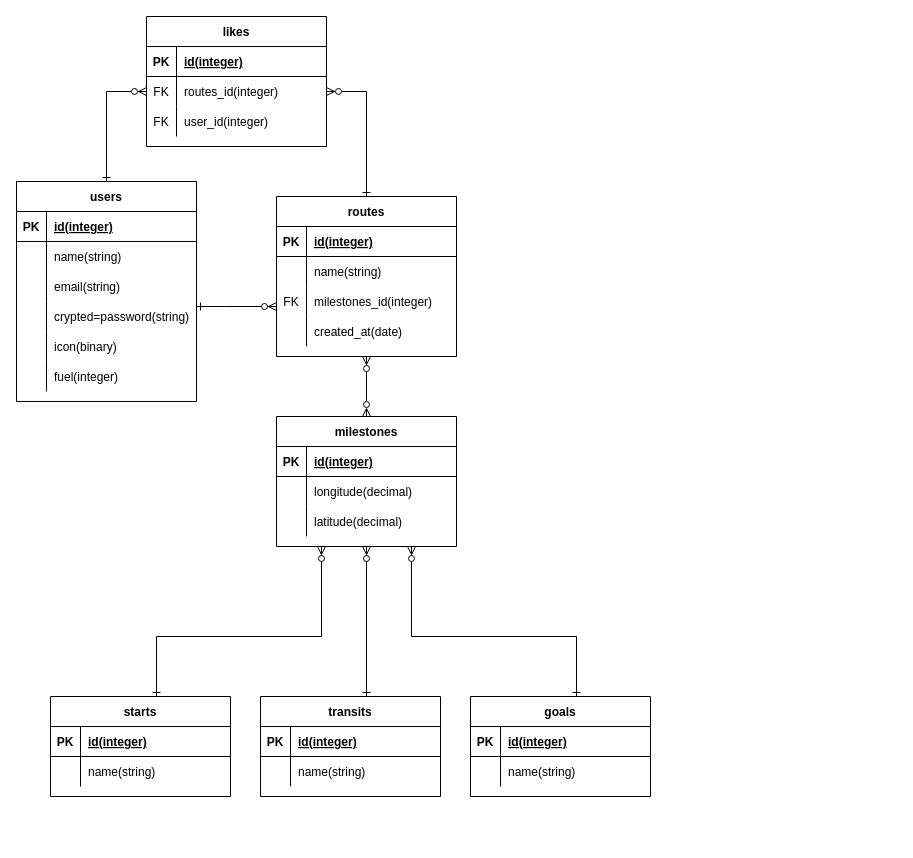
Before: shuffle_drive.drawio in yamasakikouhei28/shuffle_drive, a draw.io diagram. Source tidied: cells renumbered, new cells numbered last; positions are measured from the earlier drawing's top-left corner, leaving out a move shared by most shapes. Both pictures are drawn from the tidied source at 100%, with x=0, y=0 at pixel (16, 16).
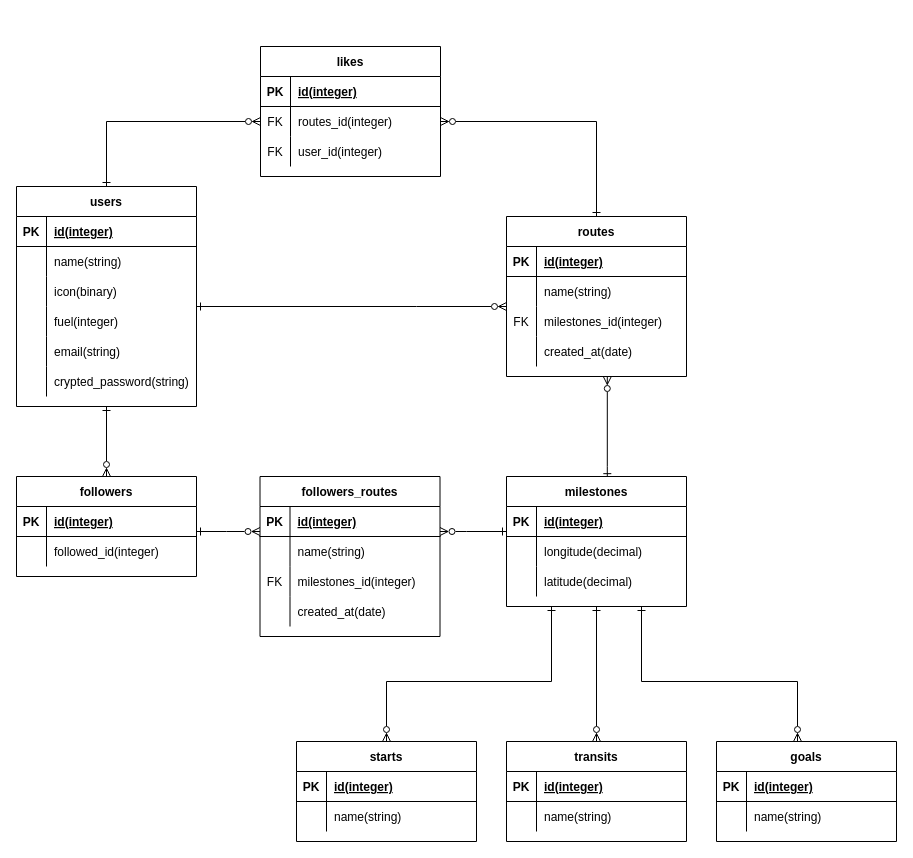
Above is the later version.

Commit message:
shuffle_drive.drawio を更新します

What changed in the source:
```diff
@@
     <mxCell id="2" style="edgeStyle=orthogonalEdgeStyle;rounded=0;jettySize=auto;html=1;endArrow=ERzeroToMany;endFill=0;startArrow=ERone;startFill=0;" parent="1" edge="1" source="4" target="28">
       <mxGeometry relative="1" as="geometry">
         <Array as="points">
-          <mxPoint x="210" y="290" />
-          <mxPoint x="210" y="290" />
+          <mxPoint x="400" y="290" />
+          <mxPoint x="400" y="290" />
         </Array>
       </mxGeometry>
     </mxCell>
@@
+    <mxCell id="82" style="edgeStyle=orthogonalEdgeStyle;rounded=0;jettySize=auto;html=1;endArrow=ERzeroToMany;endFill=0;startArrow=ERone;startFill=0;" parent="1" edge="1" source="4" target="85">
+      <mxGeometry relative="1" as="geometry" />
+    </mxCell>
     <mxCell id="4" value="users" style="shape=table;startSize=30;childLayout=tableLayout;rowLines=0;fontStyle=1;align=center;" parent="1" vertex="1">
-      <mxGeometry y="165" width="180" height="220" as="geometry" />
+      <mxGeometry y="170" width="180" height="220" as="geometry" />
     </mxCell>
@@
+    <mxCell id="17" style="shape=tableRow;horizontal=0;startSize=0;swimlaneHead=0;swimlaneBody=0;fillColor=none;top=0;left=0;right=0;bottom=0;" parent="4" vertex="1">
+      <mxGeometry y="90" width="180" height="30" as="geometry" />
+    </mxCell>
+    <mxCell id="18" style="shape=partialRectangle;fillColor=none;top=0;left=0;bottom=0;right=0;overflow=hidden;" parent="17" vertex="1">
+      <mxGeometry width="30" height="30" as="geometry" />
+    </mxCell>
+    <mxCell id="19" value="icon(binary)" style="shape=partialRectangle;fillColor=none;top=0;left=0;bottom=0;right=0;align=left;spacingLeft=6;overflow=hidden;" parent="17" vertex="1">
+      <mxGeometry x="30" width="150" height="30" as="geometry" />
+    </mxCell>
+    <mxCell id="20" style="shape=tableRow;horizontal=0;startSize=0;swimlaneHead=0;swimlaneBody=0;fillColor=none;top=0;left=0;right=0;bottom=0;" parent="4" vertex="1">
+      <mxGeometry y="120" width="180" height="30" as="geometry" />
+    </mxCell>
+    <mxCell id="21" style="shape=partialRectangle;fillColor=none;top=0;left=0;bottom=0;right=0;overflow=hidden;" parent="20" vertex="1">
+      <mxGeometry width="30" height="30" as="geometry" />
+    </mxCell>
+    <mxCell id="22" value="fuel(integer)" style="shape=partialRectangle;fillColor=none;top=0;left=0;bottom=0;right=0;align=left;spacingLeft=6;overflow=hidden;" parent="20" vertex="1">
+      <mxGeometry x="30" width="150" height="30" as="geometry" />
+    </mxCell>
     <mxCell id="11" style="shape=tableRow;horizontal=0;startSize=0;swimlaneHead=0;swimlaneBody=0;fillColor=none;top=0;left=0;right=0;bottom=0;" parent="4" vertex="1">
-      <mxGeometry y="90" width="180" height="30" as="geometry" />
+      <mxGeometry y="150" width="180" height="30" as="geometry" />
     </mxCell>
@@
     <mxCell id="14" style="shape=tableRow;horizontal=0;startSize=0;swimlaneHead=0;swimlaneBody=0;fillColor=none;top=0;left=0;right=0;bottom=0;" parent="4" vertex="1">
-      <mxGeometry y="120" width="180" height="30" as="geometry" />
+      <mxGeometry y="180" width="180" height="30" as="geometry" />
     </mxCell>
@@
-    <mxCell id="16" value="crypted=password(string)" style="shape=partialRectangle;fillColor=none;top=0;left=0;bottom=0;right=0;align=left;spacingLeft=6;overflow=hidden;" parent="14" vertex="1">
+    <mxCell id="16" value="crypted_password(string)" style="shape=partialRectangle;fillColor=none;top=0;left=0;bottom=0;right=0;align=left;spacingLeft=6;overflow=hidden;" parent="14" vertex="1">
       <mxGeometry x="30" width="150" height="30" as="geometry" />
     </mxCell>
-    <mxCell id="17" style="shape=tableRow;horizontal=0;startSize=0;swimlaneHead=0;swimlaneBody=0;fillColor=none;top=0;left=0;right=0;bottom=0;" parent="4" vertex="1">
-      <mxGeometry y="150" width="180" height="30" as="geometry" />
-    </mxCell>
-    <mxCell id="18" style="shape=partialRectangle;fillColor=none;top=0;left=0;bottom=0;right=0;overflow=hidden;" parent="17" vertex="1">
-      <mxGeometry width="30" height="30" as="geometry" />
-    </mxCell>
-    <mxCell id="19" value="icon(binary)" style="shape=partialRectangle;fillColor=none;top=0;left=0;bottom=0;right=0;align=left;spacingLeft=6;overflow=hidden;" parent="17" vertex="1">
-      <mxGeometry x="30" width="150" height="30" as="geometry" />
-    </mxCell>
-    <mxCell id="20" style="shape=tableRow;horizontal=0;startSize=0;swimlaneHead=0;swimlaneBody=0;fillColor=none;top=0;left=0;right=0;bottom=0;" parent="4" vertex="1">
-      <mxGeometry y="180" width="180" height="30" as="geometry" />
-    </mxCell>
-    <mxCell id="21" style="shape=partialRectangle;fillColor=none;top=0;left=0;bottom=0;right=0;overflow=hidden;" parent="20" vertex="1">
-      <mxGeometry width="30" height="30" as="geometry" />
-    </mxCell>
-    <mxCell id="22" value="fuel(integer)" style="shape=partialRectangle;fillColor=none;top=0;left=0;bottom=0;right=0;align=left;spacingLeft=6;overflow=hidden;" parent="20" vertex="1">
-      <mxGeometry x="30" width="150" height="30" as="geometry" />
-    </mxCell>
-    <mxCell id="23" style="edgeStyle=orthogonalEdgeStyle;rounded=0;jettySize=auto;html=1;endArrow=ERone;endFill=0;exitX=0.25;exitY=1;exitDx=0;exitDy=0;startArrow=ERzeroToMany;startFill=0;" parent="1" edge="1" source="72" target="41">
+    <mxCell id="23" style="edgeStyle=orthogonalEdgeStyle;rounded=0;jettySize=auto;html=1;endArrow=ERone;endFill=0;startArrow=ERzeroToMany;startFill=0;entryX=0.25;entryY=1;entryDx=0;entryDy=0;" parent="1" edge="1" source="41" target="72">
       <mxGeometry relative="1" as="geometry">
         <Array as="points">
-          <mxPoint x="305" y="620" />
-          <mxPoint x="140" y="620" />
+          <mxPoint x="370" y="665" />
+          <mxPoint x="535" y="665" />
         </Array>
       </mxGeometry>
     </mxCell>
-    <mxCell id="24" style="edgeStyle=orthogonalEdgeStyle;rounded=0;jettySize=auto;html=1;endArrow=ERone;endFill=0;startArrow=ERzeroToMany;startFill=0;exitX=0.5;exitY=1;exitDx=0;exitDy=0;" parent="1" edge="1" source="72" target="48">
-      <mxGeometry relative="1" as="geometry">
-        <Array as="points">
-          <mxPoint x="350" y="550" />
-          <mxPoint x="350" y="550" />
-        </Array>
-      </mxGeometry>
-    </mxCell>
-    <mxCell id="25" style="edgeStyle=orthogonalEdgeStyle;rounded=0;jettySize=auto;html=1;endArrow=ERone;endFill=0;startArrow=ERzeroToMany;startFill=0;exitX=0.75;exitY=1;exitDx=0;exitDy=0;" parent="1" edge="1" source="72" target="55">
-      <mxGeometry relative="1" as="geometry">
-        <Array as="points">
-          <mxPoint x="395" y="620" />
-          <mxPoint x="560" y="620" />
-        </Array>
-      </mxGeometry>
-    </mxCell>
@@
-    <mxCell id="27" style="edgeStyle=orthogonalEdgeStyle;rounded=0;jettySize=auto;html=1;endArrow=ERzeroToMany;endFill=0;startArrow=ERzeroToMany;startFill=0;" parent="1" edge="1" source="28" target="72">
-      <mxGeometry relative="1" as="geometry" />
+    <mxCell id="27" style="edgeStyle=orthogonalEdgeStyle;rounded=0;jettySize=auto;html=1;endArrow=ERone;endFill=0;startArrow=ERzeroToMany;startFill=0;entryX=0.56;entryY=0.009;entryDx=0;entryDy=0;entryPerimeter=0;" parent="1" edge="1" source="28" target="72">
+      <mxGeometry relative="1" as="geometry">
+        <Array as="points">
+          <mxPoint x="590" y="450" />
+        </Array>
+      </mxGeometry>
     </mxCell>
+    <mxCell id="83" style="edgeStyle=orthogonalEdgeStyle;rounded=0;jettySize=auto;html=1;startArrow=ERone;startFill=0;endArrow=ERzeroToMany;endFill=0;" parent="1" edge="1" source="85" target="93">
+      <mxGeometry relative="1" as="geometry">
+        <Array as="points">
+          <mxPoint x="210" y="515" />
+          <mxPoint x="210" y="515" />
+        </Array>
+      </mxGeometry>
+    </mxCell>
     <mxCell id="28" value="routes" style="shape=table;startSize=30;childLayout=tableLayout;rowLines=0;fontStyle=1;align=center;" parent="1" vertex="1">
-      <mxGeometry x="260" y="180" width="180" height="160" as="geometry" />
+      <mxGeometry x="490" y="200" width="180" height="160" as="geometry" />
     </mxCell>
@@
     <mxCell id="41" value="starts" style="shape=table;startSize=30;childLayout=tableLayout;rowLines=0;fontStyle=1;align=center;" parent="1" vertex="1">
-      <mxGeometry x="34" y="680" width="180" height="100" as="geometry" />
+      <mxGeometry x="280" y="725" width="180" height="100" as="geometry" />
     </mxCell>
@@
+    <mxCell id="84" style="edgeStyle=orthogonalEdgeStyle;rounded=0;jettySize=auto;html=1;startArrow=ERzeroToMany;startFill=0;endArrow=ERone;endFill=0;entryX=0.5;entryY=1;entryDx=0;entryDy=0;" parent="1" edge="1" source="48" target="72">
+      <mxGeometry relative="1" as="geometry" />
+    </mxCell>
     <mxCell id="48" value="transits" style="shape=table;startSize=30;childLayout=tableLayout;rowLines=0;fontStyle=1;align=center;" parent="1" vertex="1">
-      <mxGeometry x="244" y="680" width="180" height="100" as="geometry" />
+      <mxGeometry x="490" y="725" width="180" height="100" as="geometry" />
     </mxCell>
@@
     <mxCell id="55" value="goals" style="shape=table;startSize=30;childLayout=tableLayout;rowLines=0;fontStyle=1;align=center;" parent="1" vertex="1">
-      <mxGeometry x="454" y="680" width="180" height="100" as="geometry" />
+      <mxGeometry x="700" y="725" width="180" height="100" as="geometry" />
     </mxCell>
@@
     <mxCell id="62" value="likes" style="shape=table;startSize=30;childLayout=tableLayout;rowLines=0;fontStyle=1;align=center;" parent="1" vertex="1">
-      <mxGeometry x="130" width="180" height="130" as="geometry" />
+      <mxGeometry x="244" y="30" width="180" height="130" as="geometry" />
     </mxCell>
@@
     <mxCell id="72" value="milestones" style="shape=table;startSize=30;childLayout=tableLayout;rowLines=0;fontStyle=1;align=center;" parent="1" vertex="1">
-      <mxGeometry x="260" y="400" width="180" height="130" as="geometry" />
+      <mxGeometry x="490" y="460" width="180" height="130" as="geometry" />
     </mxCell>
@@
+    <mxCell id="85" value="followers" style="shape=table;startSize=30;childLayout=tableLayout;rowLines=0;fontStyle=1;align=center;" parent="1" vertex="1">
+      <mxGeometry y="460" width="180" height="100" as="geometry" />
+    </mxCell>
+    <mxCell id="86" style="shape=tableRow;horizontal=0;startSize=0;swimlaneHead=0;swimlaneBody=0;fillColor=none;top=0;left=0;right=0;bottom=1;" parent="85" vertex="1">
+      <mxGeometry y="30" width="180" height="30" as="geometry" />
+    </mxCell>
+    <mxCell id="87" value="PK" style="shape=partialRectangle;fillColor=none;top=0;left=0;bottom=0;right=0;fontStyle=1;overflow=hidden;" parent="86" vertex="1">
+      <mxGeometry width="30" height="30" as="geometry" />
+    </mxCell>
+    <mxCell id="88" value="id(integer)" style="shape=partialRectangle;fillColor=none;top=0;left=0;bottom=0;right=0;align=left;spacingLeft=6;fontStyle=5;overflow=hidden;" parent="86" vertex="1">
+      <mxGeometry x="30" width="150" height="30" as="geometry" />
+    </mxCell>
+    <mxCell id="89" style="shape=tableRow;horizontal=0;startSize=0;swimlaneHead=0;swimlaneBody=0;fillColor=none;top=0;left=0;right=0;bottom=0;" parent="85" vertex="1">
+      <mxGeometry y="60" width="180" height="30" as="geometry" />
+    </mxCell>
+    <mxCell id="90" style="shape=partialRectangle;fillColor=none;top=0;left=0;bottom=0;right=0;overflow=hidden;" parent="89" vertex="1">
+      <mxGeometry width="30" height="30" as="geometry" />
+    </mxCell>
+    <mxCell id="91" value="followed_id(integer)" style="shape=partialRectangle;fillColor=none;top=0;left=0;bottom=0;right=0;align=left;spacingLeft=6;overflow=hidden;" parent="89" vertex="1">
+      <mxGeometry x="30" width="150" height="30" as="geometry" />
+    </mxCell>
+    <mxCell id="92" style="edgeStyle=orthogonalEdgeStyle;rounded=0;jettySize=auto;html=1;startArrow=ERzeroToMany;startFill=0;endArrow=ERone;endFill=0;" parent="1" edge="1" source="93" target="72">
+      <mxGeometry relative="1" as="geometry">
+        <Array as="points">
+          <mxPoint x="450" y="515" />
+          <mxPoint x="450" y="515" />
+        </Array>
+      </mxGeometry>
+    </mxCell>
+    <mxCell id="93" value="followers_routes" style="shape=table;startSize=30;childLayout=tableLayout;rowLines=0;fontStyle=1;align=center;" parent="1" vertex="1">
+      <mxGeometry x="243.5" y="460" width="180" height="160" as="geometry" />
+    </mxCell>
+    <mxCell id="94" style="shape=tableRow;horizontal=0;startSize=0;swimlaneHead=0;swimlaneBody=0;fillColor=none;top=0;left=0;right=0;bottom=1;" parent="93" vertex="1">
+      <mxGeometry y="30" width="180" height="30" as="geometry" />
+    </mxCell>
+    <mxCell id="95" value="PK" style="shape=partialRectangle;fillColor=none;top=0;left=0;bottom=0;right=0;fontStyle=1;overflow=hidden;" parent="94" vertex="1">
+      <mxGeometry width="30" height="30" as="geometry" />
+    </mxCell>
+    <mxCell id="96" value="id(integer)" style="shape=partialRectangle;fillColor=none;top=0;left=0;bottom=0;right=0;align=left;spacingLeft=6;fontStyle=5;overflow=hidden;" parent="94" vertex="1">
+      <mxGeometry x="30" width="150" height="30" as="geometry" />
+    </mxCell>
+    <mxCell id="97" style="shape=tableRow;horizontal=0;startSize=0;swimlaneHead=0;swimlaneBody=0;fillColor=none;top=0;left=0;right=0;bottom=0;" parent="93" vertex="1">
+      <mxGeometry y="60" width="180" height="30" as="geometry" />
+    </mxCell>
+    <mxCell id="98" style="shape=partialRectangle;fillColor=none;top=0;left=0;bottom=0;right=0;overflow=hidden;" parent="97" vertex="1">
+      <mxGeometry width="30" height="30" as="geometry" />
+    </mxCell>
+    <mxCell id="99" value="name(string)" style="shape=partialRectangle;fillColor=none;top=0;left=0;bottom=0;right=0;align=left;spacingLeft=6;overflow=hidden;" parent="97" vertex="1">
+      <mxGeometry x="30" width="150" height="30" as="geometry" />
+    </mxCell>
+    <mxCell id="100" style="shape=tableRow;horizontal=0;startSize=0;swimlaneHead=0;swimlaneBody=0;fillColor=none;top=0;left=0;right=0;bottom=0;" parent="93" vertex="1">
+      <mxGeometry y="90" width="180" height="30" as="geometry" />
+    </mxCell>
+    <mxCell id="101" value="FK" style="shape=partialRectangle;fillColor=none;top=0;left=0;bottom=0;right=0;overflow=hidden;" parent="100" vertex="1">
+      <mxGeometry width="30" height="30" as="geometry" />
+    </mxCell>
+    <mxCell id="102" value="milestones_id(integer)" style="shape=partialRectangle;fillColor=none;top=0;left=0;bottom=0;right=0;align=left;spacingLeft=6;overflow=hidden;" parent="100" vertex="1">
+      <mxGeometry x="30" width="150" height="30" as="geometry" />
+    </mxCell>
+    <mxCell id="103" style="shape=tableRow;horizontal=0;startSize=0;swimlaneHead=0;swimlaneBody=0;fillColor=none;top=0;left=0;right=0;bottom=0;" parent="93" vertex="1">
+      <mxGeometry y="120" width="180" height="30" as="geometry" />
+    </mxCell>
+    <mxCell id="104" style="shape=partialRectangle;fillColor=none;top=0;left=0;bottom=0;right=0;overflow=hidden;" parent="103" vertex="1">
+      <mxGeometry width="30" height="30" as="geometry" />
+    </mxCell>
+    <mxCell id="105" value="created_at(date)" style="shape=partialRectangle;fillColor=none;top=0;left=0;bottom=0;right=0;align=left;spacingLeft=6;overflow=hidden;" parent="103" vertex="1">
+      <mxGeometry x="30" width="150" height="30" as="geometry" />
+    </mxCell>
+    <mxCell id="106" style="edgeStyle=orthogonalEdgeStyle;rounded=0;jettySize=auto;html=1;endArrow=ERone;endFill=0;startArrow=ERzeroToMany;startFill=0;entryX=0.75;entryY=1;entryDx=0;entryDy=0;" parent="1" edge="1" source="55" target="72">
+      <mxGeometry relative="1" as="geometry">
+        <Array as="points">
+          <mxPoint x="781" y="665" />
+          <mxPoint x="625" y="665" />
+        </Array>
+      </mxGeometry>
+    </mxCell>
```
